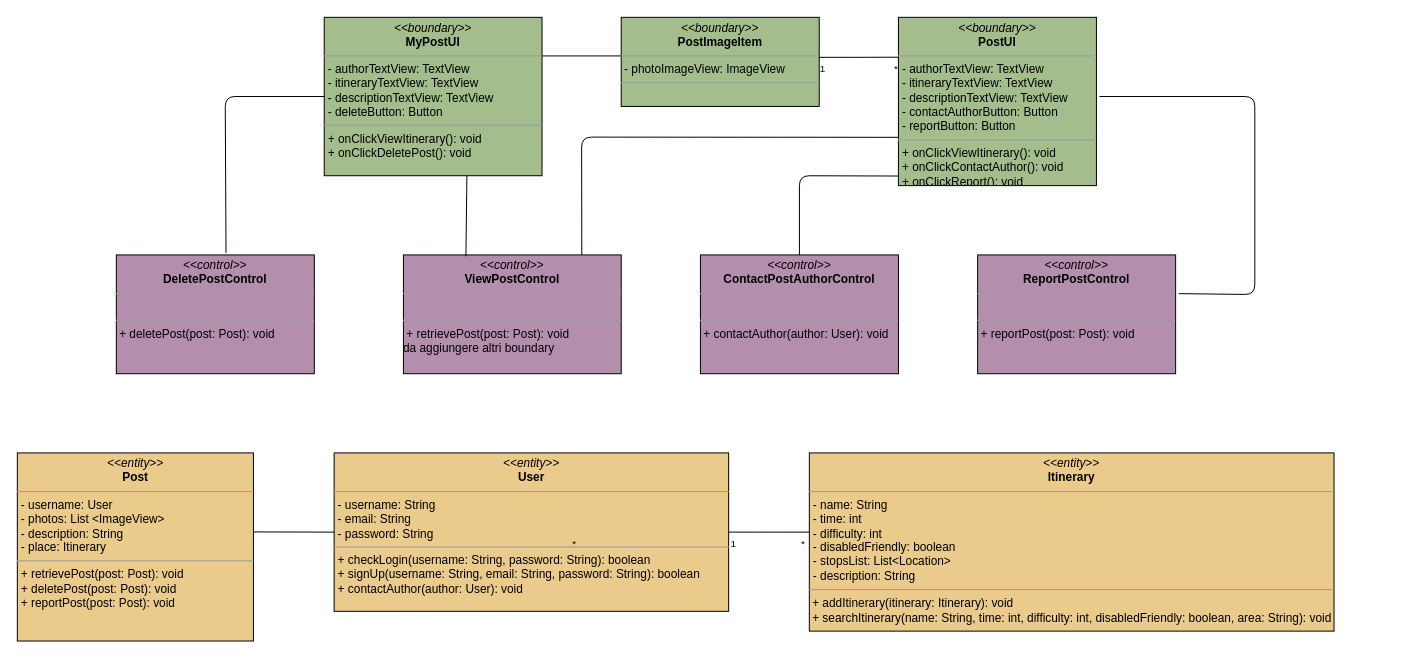
The draw.io diagram page "Interazione con un post" (6 of 10) of docs/ECB.drawio in archer-65/natour-2122, before the edit. Source tidied: cells renumbered, new cells numbered last; positions are measured from the earlier drawing's top-left corner, leaving out a move shared by most shapes. Both pictures are drawn from the tidied source at 99%, with x=0, y=0 at pixel (17, 17).
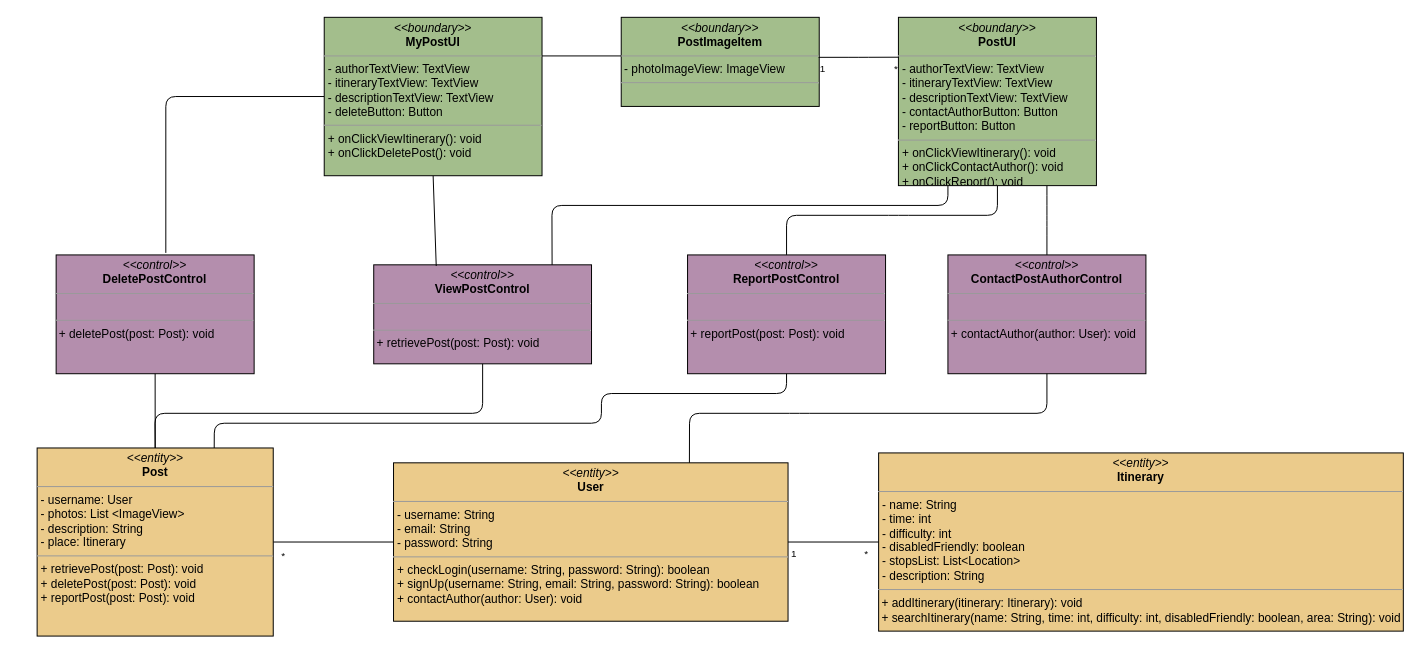
Above is the later version.

Unchanged cells that the change refers to:
```xml
<mxCell id="5" value="&lt;p style=&quot;margin: 0px ; margin-top: 4px ; text-align: center&quot;&gt;&lt;i&gt;&amp;lt;&amp;lt;boundary&amp;gt;&amp;gt;&lt;/i&gt;&lt;br&gt;&lt;b&gt;PostUI&lt;/b&gt;&lt;/p&gt;&lt;hr size=&quot;1&quot;&gt;&lt;p style=&quot;margin: 0px ; margin-left: 4px&quot;&gt;- authorTextView: TextView&lt;/p&gt;&lt;p style=&quot;margin: 0px ; margin-left: 4px&quot;&gt;- itineraryTextView: TextView&lt;/p&gt;&lt;p style=&quot;margin: 0px ; margin-left: 4px&quot;&gt;- descriptionTextView: TextView&lt;/p&gt;&lt;p style=&quot;margin: 0px ; margin-left: 4px&quot;&gt;- contactAuthorButton: Button&lt;br&gt;- reportButton: Button&lt;/p&gt;&lt;hr size=&quot;1&quot;&gt;&lt;p style=&quot;margin: 0px 0px 0px 4px&quot;&gt;+ onClickViewItinerary(): void&lt;/p&gt;&lt;p style=&quot;margin: 0px 0px 0px 4px&quot;&gt;+ onClickContactAuthor(): void&lt;/p&gt;&lt;p style=&quot;margin: 0px 0px 0px 4px&quot;&gt;+ onClickReport(): void&lt;/p&gt;" style="verticalAlign=top;align=left;overflow=fill;fontSize=12;fontFamily=Helvetica;html=1;fillColor=#A3BE8C;" parent="1" vertex="1">
  <mxGeometry x="890" width="200" height="170" as="geometry" />
</mxCell>
<mxCell id="17" value="&lt;p style=&quot;margin: 0px ; margin-top: 4px ; text-align: center&quot;&gt;&lt;i&gt;&amp;lt;&amp;lt;boundary&amp;gt;&amp;gt;&lt;/i&gt;&lt;br&gt;&lt;b&gt;MyPostUI&lt;/b&gt;&lt;/p&gt;&lt;hr size=&quot;1&quot;&gt;&lt;p style=&quot;margin: 0px ; margin-left: 4px&quot;&gt;- authorTextView: TextView&lt;/p&gt;&lt;p style=&quot;margin: 0px ; margin-left: 4px&quot;&gt;- itineraryTextView: TextView&lt;/p&gt;&lt;p style=&quot;margin: 0px ; margin-left: 4px&quot;&gt;- descriptionTextView: TextView&lt;/p&gt;&lt;p style=&quot;margin: 0px ; margin-left: 4px&quot;&gt;- deleteButton: Button&lt;/p&gt;&lt;hr size=&quot;1&quot;&gt;&lt;p style=&quot;margin: 0px 0px 0px 4px&quot;&gt;+ onClickViewItinerary(): void&lt;/p&gt;&lt;p style=&quot;margin: 0px 0px 0px 4px&quot;&gt;+ onClickDeletePost(): void&lt;/p&gt;" style="verticalAlign=top;align=left;overflow=fill;fontSize=12;fontFamily=Helvetica;html=1;fillColor=#A3BE8C;" parent="1" vertex="1">
  <mxGeometry x="310" width="220" height="160" as="geometry" />
</mxCell>
```

What changed in the source:
```diff
@@
-    <mxCell id="2" style="edgeStyle=none;html=1;endArrow=none;endFill=0;entryX=1.016;entryY=0.326;entryDx=0;entryDy=0;entryPerimeter=0;" parent="1" edge="1" target="11">
+    <mxCell id="2" style="edgeStyle=none;html=1;endArrow=none;endFill=0;entryX=0.5;entryY=0;entryDx=0;entryDy=0;exitX=0.5;exitY=1;exitDx=0;exitDy=0;" parent="1" edge="1" source="5" target="11">
       <mxGeometry relative="1" as="geometry">
-        <mxPoint x="1093" y="80" as="sourcePoint" />
         <Array as="points">
-          <mxPoint x="1250" y="80" />
-          <mxPoint x="1250" y="280" />
+          <mxPoint x="990" y="200" />
+          <mxPoint x="890" y="200" />
+          <mxPoint x="777" y="200" />
         </Array>
       </mxGeometry>
     </mxCell>
-    <mxCell id="3" style="edgeStyle=none;html=1;entryX=0.5;entryY=0;entryDx=0;entryDy=0;endArrow=none;endFill=0;exitX=0.01;exitY=0.943;exitDx=0;exitDy=0;exitPerimeter=0;" parent="1" edge="1" source="5" target="12">
+    <mxCell id="3" style="edgeStyle=none;html=1;entryX=0.5;entryY=0;entryDx=0;entryDy=0;endArrow=none;endFill=0;exitX=0.75;exitY=1;exitDx=0;exitDy=0;" parent="1" edge="1" source="5" target="12">
       <mxGeometry relative="1" as="geometry">
         <Array as="points">
-          <mxPoint x="790" y="160" />
+          <mxPoint x="1040" y="190" />
+          <mxPoint x="1040" y="210" />
         </Array>
       </mxGeometry>
     </mxCell>
-    <mxCell id="4" style="edgeStyle=none;html=1;entryX=0.819;entryY=0.019;entryDx=0;entryDy=0;entryPerimeter=0;endArrow=none;endFill=0;exitX=0.001;exitY=0.713;exitDx=0;exitDy=0;exitPerimeter=0;" parent="1" edge="1" source="5" target="10">
+    <mxCell id="4" style="edgeStyle=none;html=1;entryX=0.819;entryY=0.019;entryDx=0;entryDy=0;entryPerimeter=0;endArrow=none;endFill=0;exitX=0.25;exitY=1;exitDx=0;exitDy=0;" parent="1" edge="1" source="5" target="10">
       <mxGeometry relative="1" as="geometry">
         <Array as="points">
-          <mxPoint x="570" y="121" />
+          <mxPoint x="940" y="190" />
+          <mxPoint x="540" y="190" />
         </Array>
       </mxGeometry>
     </mxCell>
@@
-    <mxCell id="10" value="&lt;p style=&quot;margin: 0px ; margin-top: 4px ; text-align: center&quot;&gt;&lt;i&gt;&amp;lt;&amp;lt;control&amp;gt;&amp;gt;&lt;/i&gt;&lt;br&gt;&lt;b&gt;ViewPostControl&lt;/b&gt;&lt;/p&gt;&lt;hr size=&quot;1&quot;&gt;&lt;p style=&quot;margin: 0px ; margin-left: 4px&quot;&gt;&lt;br&gt;&lt;/p&gt;&lt;hr size=&quot;1&quot;&gt;&lt;p style=&quot;margin: 0px ; margin-left: 4px&quot;&gt;&lt;/p&gt;&lt;span&gt;&amp;nbsp;+ retrievePost(post: Post): void&lt;br&gt;da aggiungere altri boundary&lt;br&gt;&lt;/span&gt;" style="verticalAlign=top;align=left;overflow=fill;fontSize=12;fontFamily=Helvetica;html=1;fillColor=#B48EAD;" parent="1" vertex="1">
-      <mxGeometry x="390" y="240" width="220" height="120" as="geometry" />
+    <mxCell id="10" value="&lt;p style=&quot;margin: 0px ; margin-top: 4px ; text-align: center&quot;&gt;&lt;i&gt;&amp;lt;&amp;lt;control&amp;gt;&amp;gt;&lt;/i&gt;&lt;br&gt;&lt;b&gt;ViewPostControl&lt;/b&gt;&lt;/p&gt;&lt;hr size=&quot;1&quot;&gt;&lt;p style=&quot;margin: 0px ; margin-left: 4px&quot;&gt;&lt;br&gt;&lt;/p&gt;&lt;hr size=&quot;1&quot;&gt;&lt;p style=&quot;margin: 0px ; margin-left: 4px&quot;&gt;&lt;/p&gt;&lt;span&gt;&amp;nbsp;+ retrievePost(post: Post): void&lt;br&gt;&lt;br&gt;&lt;/span&gt;" style="verticalAlign=top;align=left;overflow=fill;fontSize=12;fontFamily=Helvetica;html=1;fillColor=#B48EAD;" parent="1" vertex="1">
+      <mxGeometry x="360" y="250" width="220" height="100" as="geometry" />
     </mxCell>
     <mxCell id="11" value="&lt;p style=&quot;margin: 0px ; margin-top: 4px ; text-align: center&quot;&gt;&lt;i&gt;&amp;lt;&amp;lt;control&amp;gt;&amp;gt;&lt;/i&gt;&lt;br&gt;&lt;b&gt;ReportPostControl&lt;/b&gt;&lt;/p&gt;&lt;hr size=&quot;1&quot;&gt;&lt;p style=&quot;margin: 0px ; margin-left: 4px&quot;&gt;&lt;br&gt;&lt;/p&gt;&lt;hr size=&quot;1&quot;&gt;&lt;p style=&quot;margin: 0px ; margin-left: 4px&quot;&gt;&lt;/p&gt;&lt;span&gt;&amp;nbsp;+ reportPost(post: Post): void&lt;br&gt;&lt;/span&gt;" style="verticalAlign=top;align=left;overflow=fill;fontSize=12;fontFamily=Helvetica;html=1;fillColor=#B48EAD;" parent="1" vertex="1">
-      <mxGeometry x="970" y="240" width="200" height="120" as="geometry" />
+      <mxGeometry x="677" y="240" width="200" height="120" as="geometry" />
     </mxCell>
     <mxCell id="12" value="&lt;p style=&quot;margin: 0px ; margin-top: 4px ; text-align: center&quot;&gt;&lt;i&gt;&amp;lt;&amp;lt;control&amp;gt;&amp;gt;&lt;/i&gt;&lt;br&gt;&lt;b&gt;ContactPostAuthorControl&lt;/b&gt;&lt;/p&gt;&lt;hr size=&quot;1&quot;&gt;&lt;p style=&quot;margin: 0px ; margin-left: 4px&quot;&gt;&lt;br&gt;&lt;/p&gt;&lt;hr size=&quot;1&quot;&gt;&lt;p style=&quot;margin: 0px ; margin-left: 4px&quot;&gt;&lt;/p&gt;&lt;span&gt;&amp;nbsp;+ contactAuthor(author: User): void&lt;br&gt;&lt;/span&gt;" style="verticalAlign=top;align=left;overflow=fill;fontSize=12;fontFamily=Helvetica;html=1;fillColor=#B48EAD;" parent="1" vertex="1">
-      <mxGeometry x="690" y="240" width="200" height="120" as="geometry" />
+      <mxGeometry x="940" y="240" width="200" height="120" as="geometry" />
     </mxCell>
     <mxCell id="13" value="&lt;p style=&quot;margin: 0px ; margin-top: 4px ; text-align: center&quot;&gt;&lt;i&gt;&amp;lt;&amp;lt;control&amp;gt;&amp;gt;&lt;/i&gt;&lt;br&gt;&lt;b&gt;DeletePostControl&lt;/b&gt;&lt;/p&gt;&lt;hr size=&quot;1&quot;&gt;&lt;p style=&quot;margin: 0px ; margin-left: 4px&quot;&gt;&lt;br&gt;&lt;/p&gt;&lt;hr size=&quot;1&quot;&gt;&lt;p style=&quot;margin: 0px ; margin-left: 4px&quot;&gt;&lt;/p&gt;&lt;span&gt;&amp;nbsp;+ deletePost(post: Post): void&lt;br&gt;&lt;/span&gt;" style="verticalAlign=top;align=left;overflow=fill;fontSize=12;fontFamily=Helvetica;html=1;fillColor=#B48EAD;" parent="1" vertex="1">
-      <mxGeometry x="100" y="240" width="200" height="120" as="geometry" />
+      <mxGeometry x="39.2" y="240" width="200" height="120" as="geometry" />
     </mxCell>
@@
     <mxCell id="15" style="edgeStyle=none;html=1;endArrow=none;endFill=0;entryX=0.554;entryY=-0.017;entryDx=0;entryDy=0;entryPerimeter=0;" parent="1" edge="1" source="17" target="13">
       <mxGeometry relative="1" as="geometry">
         <Array as="points">
-          <mxPoint x="210" y="80" />
+          <mxPoint x="150" y="80" />
         </Array>
       </mxGeometry>
     </mxCell>
-    <mxCell id="16" style="edgeStyle=none;html=1;endArrow=none;endFill=0;entryX=0.287;entryY=0.012;entryDx=0;entryDy=0;entryPerimeter=0;exitX=0.655;exitY=1.002;exitDx=0;exitDy=0;exitPerimeter=0;" parent="1" edge="1" source="17" target="10">
+    <mxCell id="16" style="edgeStyle=none;html=1;endArrow=none;endFill=0;entryX=0.287;entryY=0.012;entryDx=0;entryDy=0;entryPerimeter=0;exitX=0.5;exitY=1;exitDx=0;exitDy=0;" parent="1" edge="1" source="17" target="10">
       <mxGeometry relative="1" as="geometry" />
     </mxCell>
@@
     <mxCell id="18" value="&lt;p style=&quot;margin: 0px ; margin-top: 4px ; text-align: center&quot;&gt;&lt;i&gt;&amp;lt;&amp;lt;entity&amp;gt;&amp;gt;&lt;/i&gt;&lt;br&gt;&lt;b&gt;Itinerary&lt;/b&gt;&lt;/p&gt;&lt;hr size=&quot;1&quot;&gt;&lt;p style=&quot;margin: 0px ; margin-left: 4px&quot;&gt;- name: String&lt;/p&gt;&lt;p style=&quot;margin: 0px ; margin-left: 4px&quot;&gt;- time: int&lt;/p&gt;&lt;p style=&quot;margin: 0px ; margin-left: 4px&quot;&gt;- difficulty: int&lt;/p&gt;&lt;p style=&quot;margin: 0px ; margin-left: 4px&quot;&gt;- disabledFriendly: boolean&lt;br&gt;&lt;/p&gt;&lt;p style=&quot;margin: 0px ; margin-left: 4px&quot;&gt;- stopsList: List&amp;lt;Location&amp;gt;&lt;/p&gt;&lt;p style=&quot;margin: 0px ; margin-left: 4px&quot;&gt;- description: String&lt;/p&gt;&lt;hr size=&quot;1&quot;&gt;&lt;p style=&quot;margin: 0px ; margin-left: 4px&quot;&gt;&lt;/p&gt;&amp;nbsp;+ addItinerary(itinerary: Itinerary): void&lt;br&gt;&amp;nbsp;+ searchItinerary(name: String, time: int, difficulty: int, disabledFriendly: boolean, area: String): void" style="verticalAlign=top;align=left;overflow=fill;fontSize=12;fontFamily=Helvetica;html=1;fillColor=#EBCB8B;" parent="1" vertex="1">
-      <mxGeometry x="800" y="440" width="530" height="180" as="geometry" />
+      <mxGeometry x="870" y="440" width="530" height="180" as="geometry" />
     </mxCell>
-    <mxCell id="19" style="verticalAlign=bottom;html=1;endArrow=none;edgeStyle=orthogonalEdgeStyle;exitX=1;exitY=0.5;exitDx=0;exitDy=0;" parent="1" edge="1" source="22">
-      <mxGeometry relative="1" as="geometry">
-        <mxPoint x="800" y="520" as="targetPoint" />
-      </mxGeometry>
+    <mxCell id="19" style="verticalAlign=bottom;html=1;endArrow=none;edgeStyle=orthogonalEdgeStyle;exitX=0;exitY=0.5;exitDx=0;exitDy=0;entryX=1;entryY=0.5;entryDx=0;entryDy=0;" parent="1" edge="1" source="18" target="22">
+      <mxGeometry relative="1" as="geometry" />
     </mxCell>
     <mxCell id="20" value="1" style="html=1;align=left;verticalAlign=top;labelBackgroundColor=none;fontSize=10;" parent="19" vertex="1">
-      <mxGeometry x="-1" relative="1" as="geometry" />
+      <mxGeometry x="-1" relative="1" as="geometry">
+        <mxPoint x="-90" as="offset" />
+      </mxGeometry>
     </mxCell>
     <mxCell id="21" value="*" style="html=1;align=right;verticalAlign=top;labelBackgroundColor=none;fontSize=10;" parent="19" vertex="1">
-      <mxGeometry x="0.9" relative="1" as="geometry" />
+      <mxGeometry x="0.9" relative="1" as="geometry">
+        <mxPoint x="77" as="offset" />
+      </mxGeometry>
     </mxCell>
     <mxCell id="22" value="&lt;p style=&quot;margin: 0px ; margin-top: 4px ; text-align: center&quot;&gt;&lt;i&gt;&amp;lt;&amp;lt;entity&amp;gt;&amp;gt;&lt;/i&gt;&lt;br&gt;&lt;b&gt;User&lt;/b&gt;&lt;/p&gt;&lt;hr size=&quot;1&quot;&gt;&lt;p style=&quot;margin: 0px ; margin-left: 4px&quot;&gt;- username: String&lt;br&gt;- email: String&lt;/p&gt;&lt;p style=&quot;margin: 0px ; margin-left: 4px&quot;&gt;- password: String&lt;/p&gt;&lt;hr size=&quot;1&quot;&gt;&lt;p style=&quot;margin: 0px 0px 0px 4px&quot;&gt;+&amp;nbsp;checkLogin(username: String, password: String): boolean&lt;span&gt;&amp;nbsp;&lt;/span&gt;&lt;/p&gt;&lt;p style=&quot;margin: 0px ; margin-left: 4px&quot;&gt;+ signUp(username: String, email: String, password: String): boolean&lt;/p&gt;&lt;p style=&quot;margin: 0px ; margin-left: 4px&quot;&gt;+ contactAuthor(author: User): void&lt;/p&gt;" style="verticalAlign=top;align=left;overflow=fill;fontSize=12;fontFamily=Helvetica;html=1;fillColor=#EBCB8B;" parent="1" vertex="1">
-      <mxGeometry x="320" y="440" width="398.5" height="160" as="geometry" />
+      <mxGeometry x="380" y="450" width="398.5" height="160" as="geometry" />
     </mxCell>
-    <mxCell id="23" style="edgeStyle=none;html=1;endArrow=none;endFill=0;exitX=1.001;exitY=0.42;exitDx=0;exitDy=0;exitPerimeter=0;entryX=0;entryY=0.5;entryDx=0;entryDy=0;" parent="1" edge="1" source="24" target="22">
+    <mxCell id="23" style="edgeStyle=none;html=1;endArrow=none;endFill=0;exitX=1;exitY=0.5;exitDx=0;exitDy=0;entryX=0;entryY=0.5;entryDx=0;entryDy=0;" parent="1" edge="1" source="24" target="22">
       <mxGeometry relative="1" as="geometry" />
     </mxCell>
     <mxCell id="24" value="&lt;p style=&quot;margin: 0px ; margin-top: 4px ; text-align: center&quot;&gt;&lt;i&gt;&amp;lt;&amp;lt;entity&amp;gt;&amp;gt;&lt;/i&gt;&lt;br&gt;&lt;b&gt;Post&lt;/b&gt;&lt;/p&gt;&lt;hr size=&quot;1&quot;&gt;&lt;p style=&quot;margin: 0px ; margin-left: 4px&quot;&gt;- username: User&lt;br&gt;&lt;/p&gt;&lt;p style=&quot;margin: 0px ; margin-left: 4px&quot;&gt;- photos: List &amp;lt;ImageView&amp;gt;&lt;/p&gt;&lt;p style=&quot;margin: 0px ; margin-left: 4px&quot;&gt;- description: String&lt;br&gt;&lt;/p&gt;&lt;p style=&quot;margin: 0px ; margin-left: 4px&quot;&gt;- place: Itinerary&lt;/p&gt;&lt;hr size=&quot;1&quot;&gt;&lt;p style=&quot;margin: 0px 0px 0px 4px&quot;&gt;+ retrievePost(post: Post): void&lt;br&gt;&lt;/p&gt;&lt;p style=&quot;margin: 0px 0px 0px 4px&quot;&gt;+ deletePost(post: Post): void&lt;br&gt;&lt;/p&gt;&lt;p style=&quot;margin: 0px 0px 0px 4px&quot;&gt;+ reportPost(post: Post): void&lt;br&gt;&lt;/p&gt;&lt;p style=&quot;margin: 0px 0px 0px 4px&quot;&gt;&lt;br&gt;&lt;/p&gt;" style="verticalAlign=top;align=left;overflow=fill;fontSize=12;fontFamily=Helvetica;html=1;fillColor=#EBCB8B;" parent="1" vertex="1">
-      <mxGeometry y="440" width="238.5" height="190" as="geometry" />
+      <mxGeometry x="20" y="435" width="238.5" height="190" as="geometry" />
     </mxCell>
     <mxCell id="25" value="*" style="html=1;align=left;verticalAlign=top;labelBackgroundColor=none;fontSize=10;" parent="1" vertex="1">
-      <mxGeometry x="558.5" y="520" as="geometry" />
+      <mxGeometry x="610" y="530" as="geometry">
+        <mxPoint x="-345" y="2" as="offset" />
+      </mxGeometry>
     </mxCell>
+    <mxCell id="26" style="edgeStyle=none;html=1;endArrow=none;endFill=0;exitX=0.5;exitY=0;exitDx=0;exitDy=0;entryX=0.5;entryY=1;entryDx=0;entryDy=0;" parent="1" edge="1" source="24" target="13">
+      <mxGeometry relative="1" as="geometry" />
+    </mxCell>
+    <mxCell id="27" style="edgeStyle=none;html=1;endArrow=none;endFill=0;exitX=0.5;exitY=0;exitDx=0;exitDy=0;entryX=0.5;entryY=1;entryDx=0;entryDy=0;" parent="1" edge="1" source="24" target="10">
+      <mxGeometry relative="1" as="geometry">
+        <Array as="points">
+          <mxPoint x="139" y="400" />
+          <mxPoint x="470" y="400" />
+        </Array>
+      </mxGeometry>
+    </mxCell>
+    <mxCell id="28" style="edgeStyle=none;html=1;endArrow=none;endFill=0;exitX=0.75;exitY=0;exitDx=0;exitDy=0;entryX=0.5;entryY=1;entryDx=0;entryDy=0;" parent="1" edge="1" source="22" target="12">
+      <mxGeometry relative="1" as="geometry">
+        <Array as="points">
+          <mxPoint x="679" y="400" />
+          <mxPoint x="790" y="400" />
+          <mxPoint x="1040" y="400" />
+        </Array>
+      </mxGeometry>
+    </mxCell>
+    <mxCell id="29" style="edgeStyle=none;html=1;endArrow=none;endFill=0;exitX=0.75;exitY=0;exitDx=0;exitDy=0;entryX=0.5;entryY=1;entryDx=0;entryDy=0;" parent="1" edge="1" source="24" target="11">
+      <mxGeometry relative="1" as="geometry">
+        <Array as="points">
+          <mxPoint x="199" y="410" />
+          <mxPoint x="590" y="410" />
+          <mxPoint x="590" y="380" />
+          <mxPoint x="777" y="380" />
+        </Array>
+      </mxGeometry>
+    </mxCell>
```
